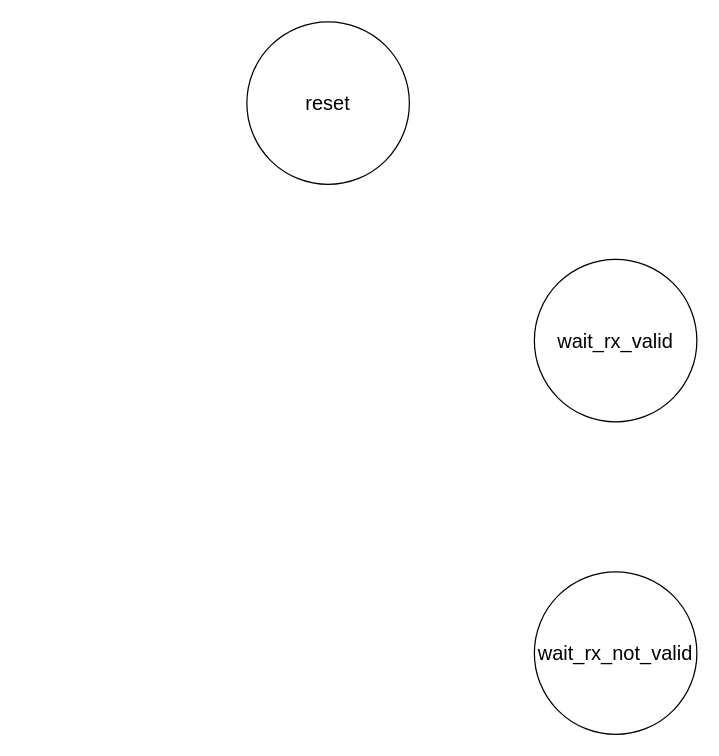
1102131860/atm_sv keeps this draw.io diagram as images/digrams.drawio. Above is the earlier version. Source tidied: cells renumbered, new cells numbered last; positions are measured from the earlier drawing's top-left corner, leaving out a move shared by most shapes. Both pictures are drawn from the tidied source at 125%, with x=0, y=0 at pixel (246, 21).
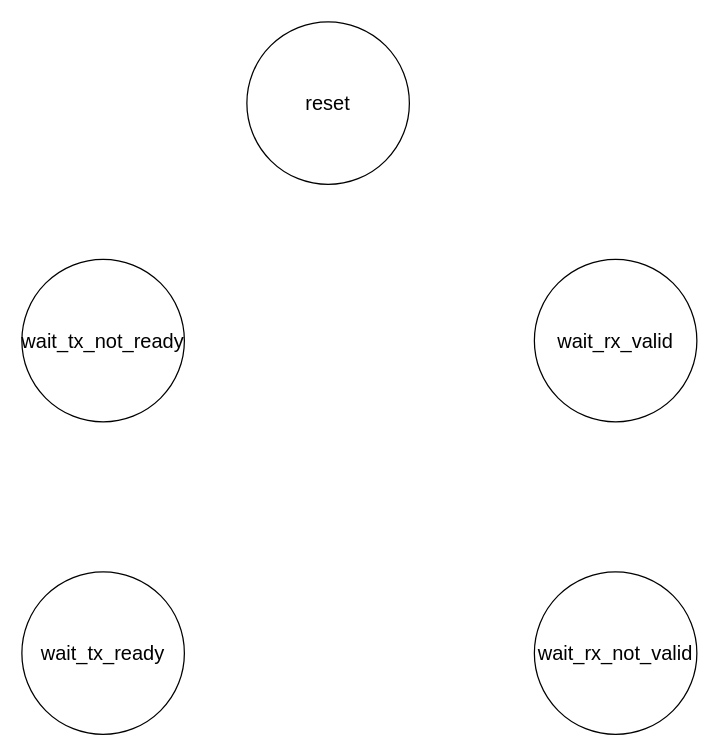
After the change.

What changed in the source:
```diff
@@
 <mxGraphModel>
   <root>
     <mxCell id="0" />
     <mxCell id="1" parent="0" />
     <mxCell id="2" value="wait_rx_not_valid" style="ellipse;whiteSpace=wrap;html=1;fontSize=16;" parent="1" vertex="1">
       <mxGeometry x="230" y="440" width="130" height="130" as="geometry" />
     </mxCell>
     <mxCell id="3" value="wait_rx_valid" style="ellipse;whiteSpace=wrap;html=1;fontSize=16;" parent="1" vertex="1">
       <mxGeometry x="230" y="190" width="130" height="130" as="geometry" />
     </mxCell>
     <mxCell id="4" value="reset" style="ellipse;whiteSpace=wrap;html=1;fontSize=16;" parent="1" vertex="1">
       <mxGeometry width="130" height="130" as="geometry" />
     </mxCell>
+    <mxCell id="5" value="wait_tx_ready" style="ellipse;whiteSpace=wrap;html=1;fontSize=16;" parent="1" vertex="1">
+      <mxGeometry x="-180" y="440" width="130" height="130" as="geometry" />
+    </mxCell>
+    <mxCell id="6" value="wait_tx_not_ready" style="ellipse;whiteSpace=wrap;html=1;fontSize=16;" parent="1" vertex="1">
+      <mxGeometry x="-180" y="190" width="130" height="130" as="geometry" />
+    </mxCell>
   </root>
 </mxGraphModel>
```
